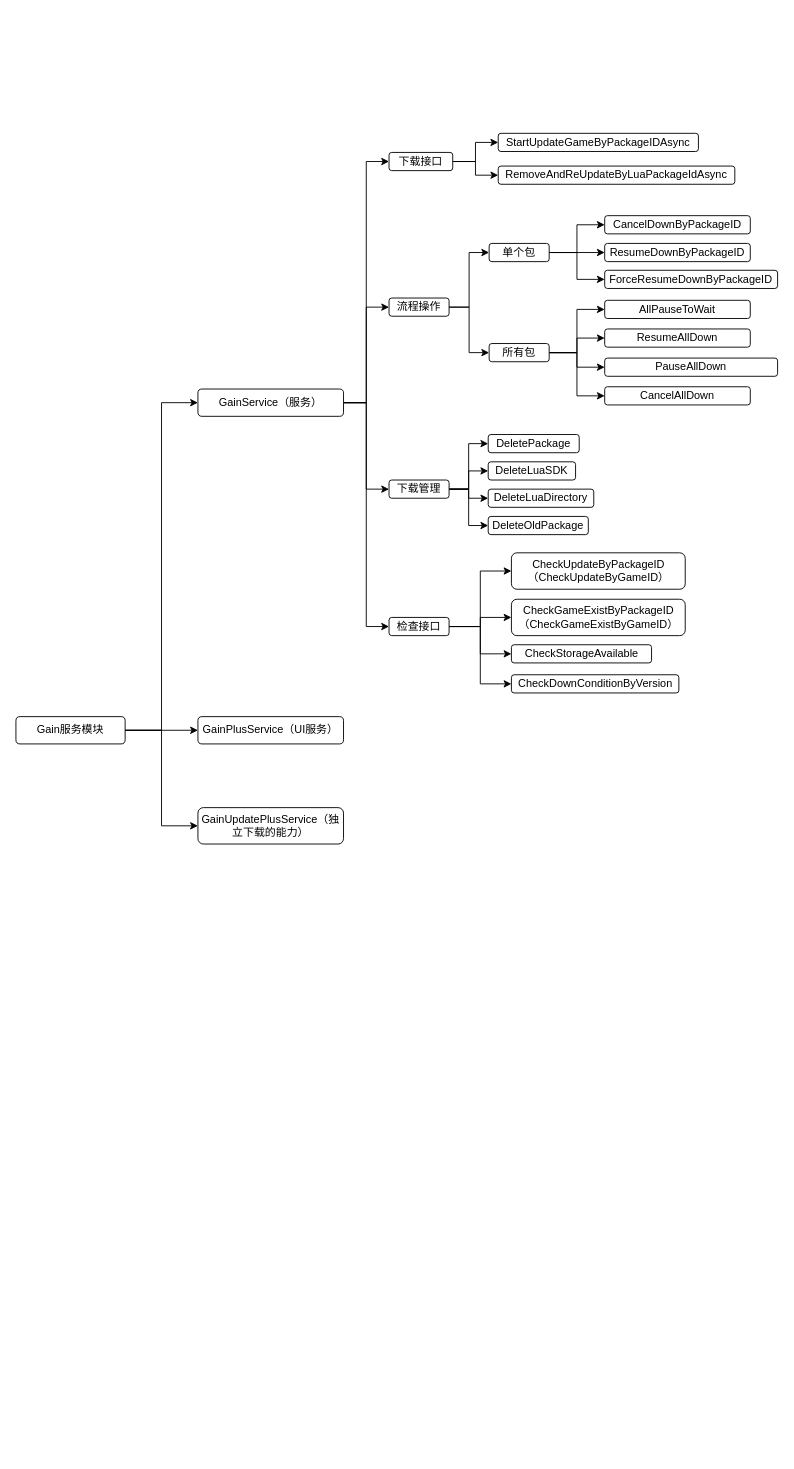
moriyalb/drite keeps this draw.io diagram as 未命名绘图.drawio. Above is the earlier version. Source tidied: cells renumbered, new cells numbered last; positions are measured from the earlier drawing's top-left corner, leaving out a move shared by most shapes. Both pictures are drawn from the tidied source at 91%, with x=0, y=0 at pixel (15, 133).
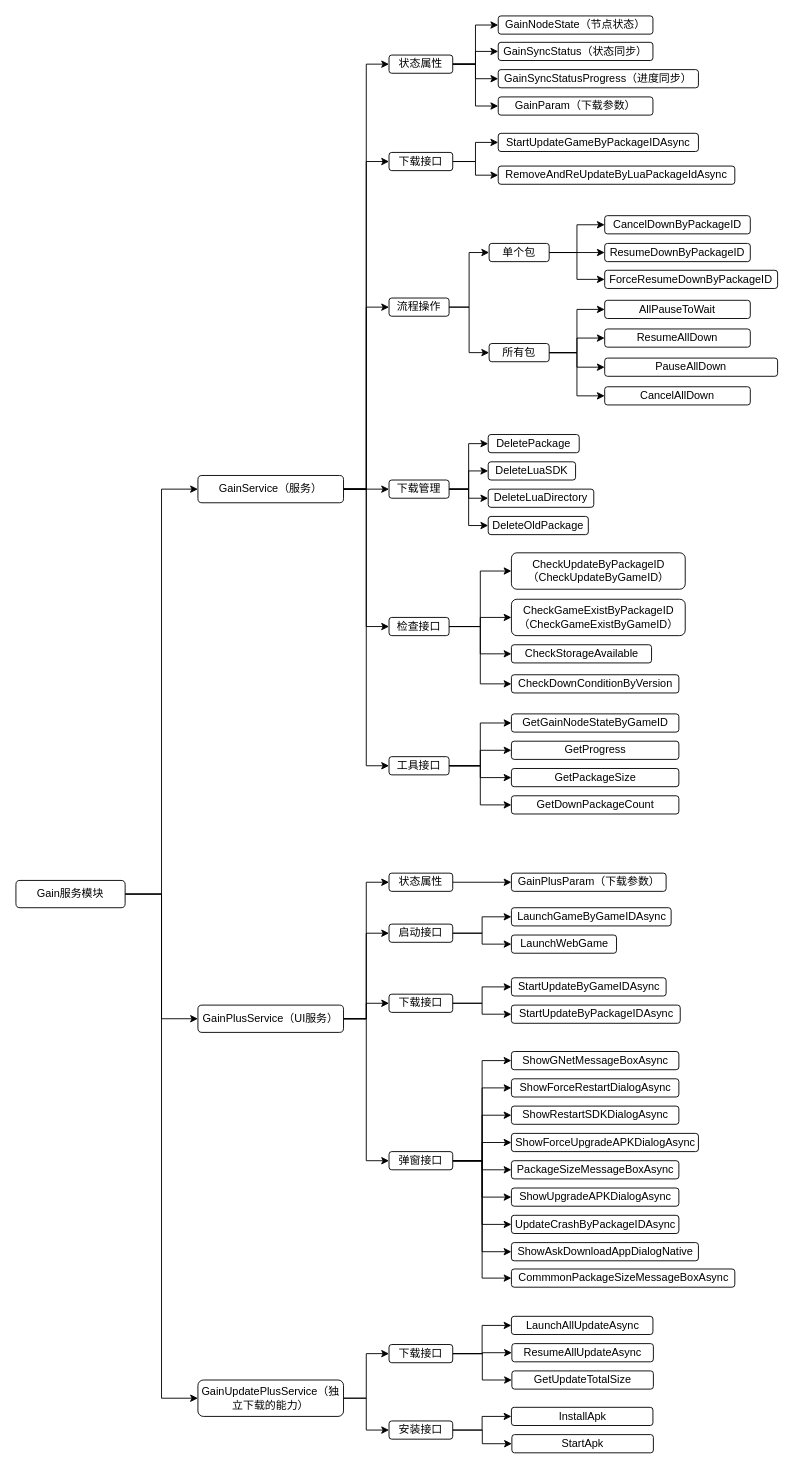
After the change.

Commit message:
更新未命名绘图.drawio

What changed in the source:
```diff
@@
+    <mxCell id="4" style="edgeStyle=orthogonalEdgeStyle;rounded=0;jettySize=auto;html=1;entryX=0;entryY=0.5;entryDx=0;entryDy=0;" parent="1" edge="1" source="5" target="12">
+      <mxGeometry relative="1" as="geometry" />
+    </mxCell>
-    <mxCell id="3" style="edgeStyle=orthogonalEdgeStyle;rounded=0;jettySize=auto;html=1;" parent="1" edge="1" source="5" target="11">
+    <mxCell id="3" style="edgeStyle=orthogonalEdgeStyle;rounded=0;jettySize=auto;html=1;entryX=0;entryY=0.5;entryDx=0;entryDy=0;" parent="1" edge="1" source="5" target="11">
       <mxGeometry relative="1" as="geometry" />
     </mxCell>
-    <mxCell id="4" style="edgeStyle=orthogonalEdgeStyle;rounded=0;jettySize=auto;html=1;entryX=0;entryY=0.5;entryDx=0;entryDy=0;" parent="1" edge="1" source="5" target="12">
-      <mxGeometry relative="1" as="geometry" />
-    </mxCell>
     <mxCell id="5" value="Gain服务模块" style="rounded=1;whiteSpace=wrap;html=1;" parent="1" vertex="1">
-      <mxGeometry y="641" width="120" height="30" as="geometry" />
+      <mxGeometry y="821" width="120" height="30" as="geometry" />
     </mxCell>
@@
+    <mxCell id="55" style="edgeStyle=orthogonalEdgeStyle;rounded=0;jettySize=auto;html=1;entryX=0;entryY=0.5;entryDx=0;entryDy=0;" parent="1" edge="1" source="10" target="67">
+      <mxGeometry relative="1" as="geometry" />
+    </mxCell>
+    <mxCell id="56" style="edgeStyle=orthogonalEdgeStyle;rounded=0;jettySize=auto;html=1;entryX=0;entryY=0.5;entryDx=0;entryDy=0;" parent="1" edge="1" source="10" target="76">
+      <mxGeometry relative="1" as="geometry" />
+    </mxCell>
     <mxCell id="10" value="GainService（服务）" style="rounded=1;whiteSpace=wrap;html=1;" parent="1" vertex="1">
-      <mxGeometry x="200" y="281" width="160" height="30" as="geometry" />
+      <mxGeometry x="200" y="376" width="160" height="30" as="geometry" />
     </mxCell>
+    <mxCell id="57" style="edgeStyle=orthogonalEdgeStyle;rounded=0;jettySize=auto;html=1;entryX=0;entryY=0.5;entryDx=0;entryDy=0;" parent="1" edge="1" source="11" target="82">
+      <mxGeometry relative="1" as="geometry" />
+    </mxCell>
+    <mxCell id="58" style="edgeStyle=orthogonalEdgeStyle;rounded=0;jettySize=auto;html=1;entryX=0;entryY=0.5;entryDx=0;entryDy=0;" parent="1" edge="1" source="11" target="109">
+      <mxGeometry relative="1" as="geometry" />
+    </mxCell>
+    <mxCell id="59" style="edgeStyle=orthogonalEdgeStyle;rounded=0;jettySize=auto;html=1;entryX=0;entryY=0.5;entryDx=0;entryDy=0;" parent="1" edge="1" source="11" target="85">
+      <mxGeometry relative="1" as="geometry" />
+    </mxCell>
+    <mxCell id="60" style="edgeStyle=orthogonalEdgeStyle;rounded=0;jettySize=auto;html=1;entryX=0;entryY=0.5;entryDx=0;entryDy=0;" parent="1" edge="1" source="11" target="97">
+      <mxGeometry relative="1" as="geometry" />
+    </mxCell>
     <mxCell id="11" value="GainPlusService（UI服务）" style="rounded=1;whiteSpace=wrap;html=1;" parent="1" vertex="1">
-      <mxGeometry x="200" y="641" width="160" height="30" as="geometry" />
+      <mxGeometry x="200" y="958" width="160" height="30" as="geometry" />
     </mxCell>
+    <mxCell id="61" style="edgeStyle=orthogonalEdgeStyle;rounded=0;jettySize=auto;html=1;entryX=0;entryY=0.5;entryDx=0;entryDy=0;" parent="1" edge="1" source="12" target="116">
+      <mxGeometry relative="1" as="geometry" />
+    </mxCell>
+    <mxCell id="62" style="edgeStyle=orthogonalEdgeStyle;rounded=0;jettySize=auto;html=1;entryX=0;entryY=0.5;entryDx=0;entryDy=0;" parent="1" edge="1" source="12" target="122">
+      <mxGeometry relative="1" as="geometry" />
+    </mxCell>
     <mxCell id="12" value="GainUpdatePlusService（独立下载的能力）" style="rounded=1;whiteSpace=wrap;html=1;" parent="1" vertex="1">
-      <mxGeometry x="200" y="741" width="160" height="40" as="geometry" />
+      <mxGeometry x="200" y="1370" width="160" height="40" as="geometry" />
     </mxCell>
@@
+    <mxCell id="63" style="edgeStyle=orthogonalEdgeStyle;rounded=0;jettySize=auto;html=1;entryX=0;entryY=0.5;entryDx=0;entryDy=0;" parent="1" edge="1" source="67" target="68">
+      <mxGeometry relative="1" as="geometry" />
+    </mxCell>
+    <mxCell id="64" style="edgeStyle=orthogonalEdgeStyle;rounded=0;jettySize=auto;html=1;entryX=0;entryY=0.5;entryDx=0;entryDy=0;" parent="1" edge="1" source="67" target="71">
+      <mxGeometry relative="1" as="geometry" />
+    </mxCell>
+    <mxCell id="65" style="edgeStyle=orthogonalEdgeStyle;rounded=0;jettySize=auto;html=1;entryX=0;entryY=0.5;entryDx=0;entryDy=0;" parent="1" edge="1" source="67" target="70">
+      <mxGeometry relative="1" as="geometry" />
+    </mxCell>
+    <mxCell id="66" style="edgeStyle=orthogonalEdgeStyle;rounded=0;jettySize=auto;html=1;entryX=0;entryY=0.5;entryDx=0;entryDy=0;" parent="1" edge="1" source="67" target="69">
+      <mxGeometry relative="1" as="geometry" />
+    </mxCell>
+    <mxCell id="67" value="工具接口" style="rounded=1;whiteSpace=wrap;html=1;" parent="1" vertex="1">
+      <mxGeometry x="410" y="685" width="66" height="20" as="geometry" />
+    </mxCell>
+    <mxCell id="68" value="GetGainNodeStateByGameID" style="rounded=1;whiteSpace=wrap;html=1;" parent="1" vertex="1">
+      <mxGeometry x="544.5" y="638" width="184" height="20" as="geometry" />
+    </mxCell>
+    <mxCell id="69" value="GetDownPackageCount" style="rounded=1;whiteSpace=wrap;html=1;" parent="1" vertex="1">
+      <mxGeometry x="544.5" y="728" width="184" height="20" as="geometry" />
+    </mxCell>
+    <mxCell id="70" value="GetPackageSize" style="rounded=1;whiteSpace=wrap;html=1;" parent="1" vertex="1">
+      <mxGeometry x="544.5" y="698" width="184" height="20" as="geometry" />
+    </mxCell>
+    <mxCell id="71" value="GetProgress" style="rounded=1;whiteSpace=wrap;html=1;" parent="1" vertex="1">
+      <mxGeometry x="544.5" y="668" width="184" height="20" as="geometry" />
+    </mxCell>
+    <mxCell id="72" style="edgeStyle=orthogonalEdgeStyle;rounded=0;jettySize=auto;html=1;entryX=0;entryY=0.5;entryDx=0;entryDy=0;" parent="1" edge="1" source="76" target="77">
+      <mxGeometry relative="1" as="geometry" />
+    </mxCell>
+    <mxCell id="73" style="edgeStyle=orthogonalEdgeStyle;rounded=0;jettySize=auto;html=1;entryX=0;entryY=0.5;entryDx=0;entryDy=0;" parent="1" edge="1" source="76" target="78">
+      <mxGeometry relative="1" as="geometry" />
+    </mxCell>
+    <mxCell id="74" style="edgeStyle=orthogonalEdgeStyle;rounded=0;jettySize=auto;html=1;entryX=0;entryY=0.5;entryDx=0;entryDy=0;" parent="1" edge="1" source="76" target="79">
+      <mxGeometry relative="1" as="geometry" />
+    </mxCell>
+    <mxCell id="75" style="edgeStyle=orthogonalEdgeStyle;rounded=0;jettySize=auto;html=1;entryX=0;entryY=0.5;entryDx=0;entryDy=0;" parent="1" edge="1" source="76" target="80">
+      <mxGeometry relative="1" as="geometry" />
+    </mxCell>
+    <mxCell id="76" value="状态属性" style="rounded=1;whiteSpace=wrap;html=1;" parent="1" vertex="1">
+      <mxGeometry x="410" y="-86" width="70" height="20" as="geometry" />
+    </mxCell>
+    <mxCell id="77" value="GainNodeState（节点状态）" style="rounded=1;whiteSpace=wrap;html=1;" parent="1" vertex="1">
+      <mxGeometry x="530" y="-129" width="170" height="20" as="geometry" />
+    </mxCell>
+    <mxCell id="78" value="GainSyncStatus（状态同步）" style="rounded=1;whiteSpace=wrap;html=1;" parent="1" vertex="1">
+      <mxGeometry x="530" y="-100" width="170" height="20" as="geometry" />
+    </mxCell>
+    <mxCell id="79" value="GainSyncStatusProgress（进度同步）" style="rounded=1;whiteSpace=wrap;html=1;" parent="1" vertex="1">
+      <mxGeometry x="530" y="-70" width="220" height="20" as="geometry" />
+    </mxCell>
+    <mxCell id="80" value="GainParam（下载参数）" style="rounded=1;whiteSpace=wrap;html=1;" parent="1" vertex="1">
+      <mxGeometry x="530" y="-40" width="170" height="20" as="geometry" />
+    </mxCell>
+    <mxCell id="81" style="edgeStyle=orthogonalEdgeStyle;rounded=0;jettySize=auto;html=1;entryX=0;entryY=0.5;entryDx=0;entryDy=0;" parent="1" edge="1" source="82" target="83">
+      <mxGeometry relative="1" as="geometry" />
+    </mxCell>
+    <mxCell id="82" value="状态属性" style="rounded=1;whiteSpace=wrap;html=1;" parent="1" vertex="1">
+      <mxGeometry x="410" y="813" width="70" height="20" as="geometry" />
+    </mxCell>
+    <mxCell id="83" value="GainPlusParam（下载参数）" style="rounded=1;whiteSpace=wrap;html=1;" parent="1" vertex="1">
+      <mxGeometry x="544.5" y="813" width="170" height="20" as="geometry" />
+    </mxCell>
+    <mxCell id="84" style="edgeStyle=orthogonalEdgeStyle;rounded=0;jettySize=auto;html=1;" parent="1" edge="1" source="85" target="87">
+      <mxGeometry relative="1" as="geometry" />
+    </mxCell>
+    <mxCell id="85" value="下载接口" style="rounded=1;whiteSpace=wrap;html=1;" parent="1" vertex="1">
+      <mxGeometry x="410" y="946" width="70" height="20" as="geometry" />
+    </mxCell>
+    <mxCell id="86" value="StartUpdateByGameIDAsync" style="rounded=1;whiteSpace=wrap;html=1;" parent="1" vertex="1">
+      <mxGeometry x="544.5" y="928" width="170" height="20" as="geometry" />
+    </mxCell>
+    <mxCell id="87" value="StartUpdateByPackageIDAsync" style="rounded=1;whiteSpace=wrap;html=1;" parent="1" vertex="1">
+      <mxGeometry x="544.5" y="958" width="185.5" height="20" as="geometry" />
+    </mxCell>
+    <mxCell id="88" style="edgeStyle=orthogonalEdgeStyle;rounded=0;jettySize=auto;html=1;entryX=0;entryY=0.5;entryDx=0;entryDy=0;" parent="1" edge="1" source="97" target="98">
+      <mxGeometry relative="1" as="geometry" />
+    </mxCell>
+    <mxCell id="89" style="edgeStyle=orthogonalEdgeStyle;rounded=0;jettySize=auto;html=1;entryX=0;entryY=0.5;entryDx=0;entryDy=0;" parent="1" edge="1" source="97" target="101">
+      <mxGeometry relative="1" as="geometry" />
+    </mxCell>
+    <mxCell id="90" style="edgeStyle=orthogonalEdgeStyle;rounded=0;jettySize=auto;html=1;entryX=0;entryY=0.5;entryDx=0;entryDy=0;" parent="1" edge="1" source="97" target="100">
+      <mxGeometry relative="1" as="geometry" />
+    </mxCell>
+    <mxCell id="91" style="edgeStyle=orthogonalEdgeStyle;rounded=0;jettySize=auto;html=1;" parent="1" edge="1" source="97" target="99">
+      <mxGeometry relative="1" as="geometry" />
+    </mxCell>
+    <mxCell id="92" style="edgeStyle=orthogonalEdgeStyle;rounded=0;jettySize=auto;html=1;entryX=0;entryY=0.5;entryDx=0;entryDy=0;" parent="1" edge="1" source="97" target="102">
+      <mxGeometry relative="1" as="geometry" />
+    </mxCell>
+    <mxCell id="93" style="edgeStyle=orthogonalEdgeStyle;rounded=0;jettySize=auto;html=1;entryX=0;entryY=0.5;entryDx=0;entryDy=0;" parent="1" edge="1" source="97" target="105">
+      <mxGeometry relative="1" as="geometry" />
+    </mxCell>
+    <mxCell id="94" style="edgeStyle=orthogonalEdgeStyle;rounded=0;jettySize=auto;html=1;entryX=0;entryY=0.5;entryDx=0;entryDy=0;" parent="1" edge="1" source="97" target="104">
+      <mxGeometry relative="1" as="geometry" />
+    </mxCell>
+    <mxCell id="95" style="edgeStyle=orthogonalEdgeStyle;rounded=0;jettySize=auto;html=1;entryX=0;entryY=0.5;entryDx=0;entryDy=0;" parent="1" edge="1" source="97" target="103">
+      <mxGeometry relative="1" as="geometry" />
+    </mxCell>
+    <mxCell id="96" style="edgeStyle=orthogonalEdgeStyle;rounded=0;jettySize=auto;html=1;entryX=0;entryY=0.5;entryDx=0;entryDy=0;" parent="1" edge="1" source="97" target="106">
+      <mxGeometry relative="1" as="geometry" />
+    </mxCell>
+    <mxCell id="97" value="弹窗接口" style="rounded=1;whiteSpace=wrap;html=1;" parent="1" vertex="1">
+      <mxGeometry x="410" y="1119" width="70" height="20" as="geometry" />
+    </mxCell>
+    <mxCell id="98" value="ShowGNetMessageBoxAsync" style="rounded=1;whiteSpace=wrap;html=1;" parent="1" vertex="1">
+      <mxGeometry x="544.5" y="1009" width="184" height="20" as="geometry" />
+    </mxCell>
+    <mxCell id="99" value="ShowForceUpgradeAPKDialogAsync" style="rounded=1;whiteSpace=wrap;html=1;" parent="1" vertex="1">
+      <mxGeometry x="544.5" y="1099" width="205.5" height="20" as="geometry" />
+    </mxCell>
+    <mxCell id="100" value="ShowRestartSDKDialogAsync" style="rounded=1;whiteSpace=wrap;html=1;" parent="1" vertex="1">
+      <mxGeometry x="544.5" y="1069" width="184" height="20" as="geometry" />
+    </mxCell>
+    <mxCell id="101" value="ShowForceRestartDialogAsync" style="rounded=1;whiteSpace=wrap;html=1;" parent="1" vertex="1">
+      <mxGeometry x="544.5" y="1039" width="184" height="20" as="geometry" />
+    </mxCell>
+    <mxCell id="102" value="PackageSizeMessageBoxAsync" style="rounded=1;whiteSpace=wrap;html=1;" parent="1" vertex="1">
+      <mxGeometry x="544.5" y="1129" width="184" height="20" as="geometry" />
+    </mxCell>
+    <mxCell id="103" value="ShowAskDownloadAppDialogNative" style="rounded=1;whiteSpace=wrap;html=1;" parent="1" vertex="1">
+      <mxGeometry x="544.5" y="1219" width="205.5" height="20" as="geometry" />
+    </mxCell>
+    <mxCell id="104" value="UpdateCrashByPackageIDAsync" style="rounded=1;whiteSpace=wrap;html=1;" parent="1" vertex="1">
+      <mxGeometry x="544.5" y="1189" width="184" height="20" as="geometry" />
+    </mxCell>
+    <mxCell id="105" value="ShowUpgradeAPKDialogAsync" style="rounded=1;whiteSpace=wrap;html=1;" parent="1" vertex="1">
+      <mxGeometry x="544.5" y="1159" width="184" height="20" as="geometry" />
+    </mxCell>
+    <mxCell id="106" value="CommmonPackageSizeMessageBoxAsync" style="rounded=1;whiteSpace=wrap;html=1;" parent="1" vertex="1">
+      <mxGeometry x="544.5" y="1248" width="245.5" height="20" as="geometry" />
+    </mxCell>
+    <mxCell id="107" style="edgeStyle=orthogonalEdgeStyle;rounded=0;jettySize=auto;html=1;entryX=0;entryY=0.5;entryDx=0;entryDy=0;" parent="1" edge="1" source="85" target="86">
+      <mxGeometry relative="1" as="geometry" />
+    </mxCell>
+    <mxCell id="108" style="edgeStyle=orthogonalEdgeStyle;rounded=0;jettySize=auto;html=1;" parent="1" edge="1" source="109" target="111">
+      <mxGeometry relative="1" as="geometry" />
+    </mxCell>
+    <mxCell id="109" value="启动接口" style="rounded=1;whiteSpace=wrap;html=1;" parent="1" vertex="1">
+      <mxGeometry x="410" y="869" width="70" height="20" as="geometry" />
+    </mxCell>
+    <mxCell id="110" value="LaunchGameByGameIDAsync" style="rounded=1;whiteSpace=wrap;html=1;" parent="1" vertex="1">
+      <mxGeometry x="544.5" y="851" width="175.5" height="20" as="geometry" />
+    </mxCell>
+    <mxCell id="111" value="LaunchWebGame" style="rounded=1;whiteSpace=wrap;html=1;" parent="1" vertex="1">
+      <mxGeometry x="544.5" y="881" width="115.5" height="20" as="geometry" />
+    </mxCell>
+    <mxCell id="112" style="edgeStyle=orthogonalEdgeStyle;rounded=0;jettySize=auto;html=1;entryX=0;entryY=0.5;entryDx=0;entryDy=0;" parent="1" edge="1" source="109" target="110">
+      <mxGeometry relative="1" as="geometry" />
+    </mxCell>
+    <mxCell id="113" style="edgeStyle=orthogonalEdgeStyle;rounded=0;jettySize=auto;html=1;entryX=0;entryY=0.5;entryDx=0;entryDy=0;" parent="1" edge="1" source="116" target="117">
+      <mxGeometry relative="1" as="geometry" />
+    </mxCell>
+    <mxCell id="114" style="edgeStyle=orthogonalEdgeStyle;rounded=0;jettySize=auto;html=1;entryX=0;entryY=0.5;entryDx=0;entryDy=0;" parent="1" edge="1" source="116" target="118">
+      <mxGeometry relative="1" as="geometry" />
+    </mxCell>
+    <mxCell id="115" style="edgeStyle=orthogonalEdgeStyle;rounded=0;jettySize=auto;html=1;entryX=0;entryY=0.5;entryDx=0;entryDy=0;" parent="1" edge="1" source="116" target="119">
+      <mxGeometry relative="1" as="geometry" />
+    </mxCell>
+    <mxCell id="116" value="下载接口" style="rounded=1;whiteSpace=wrap;html=1;" parent="1" vertex="1">
+      <mxGeometry x="410" y="1331" width="70" height="20" as="geometry" />
+    </mxCell>
+    <mxCell id="117" value="LaunchAllUpdateAsync" style="rounded=1;whiteSpace=wrap;html=1;" parent="1" vertex="1">
+      <mxGeometry x="544.5" y="1300" width="155.5" height="20" as="geometry" />
+    </mxCell>
+    <mxCell id="118" value="ResumeAllUpdateAsync" style="rounded=1;whiteSpace=wrap;html=1;" parent="1" vertex="1">
+      <mxGeometry x="545" y="1330" width="155.5" height="20" as="geometry" />
+    </mxCell>
+    <mxCell id="119" value="GetUpdateTotalSize" style="rounded=1;whiteSpace=wrap;html=1;" parent="1" vertex="1">
+      <mxGeometry x="545" y="1360" width="155.5" height="20" as="geometry" />
+    </mxCell>
+    <mxCell id="120" style="edgeStyle=orthogonalEdgeStyle;rounded=0;jettySize=auto;html=1;entryX=0;entryY=0.5;entryDx=0;entryDy=0;" parent="1" edge="1" source="122" target="123">
+      <mxGeometry relative="1" as="geometry" />
+    </mxCell>
+    <mxCell id="121" style="edgeStyle=orthogonalEdgeStyle;rounded=0;jettySize=auto;html=1;entryX=0;entryY=0.5;entryDx=0;entryDy=0;" parent="1" edge="1" source="122" target="124">
+      <mxGeometry relative="1" as="geometry" />
+    </mxCell>
+    <mxCell id="122" value="安装接口" style="rounded=1;whiteSpace=wrap;html=1;" parent="1" vertex="1">
+      <mxGeometry x="410" y="1415" width="70" height="20" as="geometry" />
+    </mxCell>
+    <mxCell id="123" value="InstallApk" style="rounded=1;whiteSpace=wrap;html=1;" parent="1" vertex="1">
+      <mxGeometry x="544.5" y="1400" width="155.5" height="20" as="geometry" />
+    </mxCell>
+    <mxCell id="124" value="StartApk" style="rounded=1;whiteSpace=wrap;html=1;" parent="1" vertex="1">
+      <mxGeometry x="545" y="1430" width="155.5" height="20" as="geometry" />
+    </mxCell>
```
